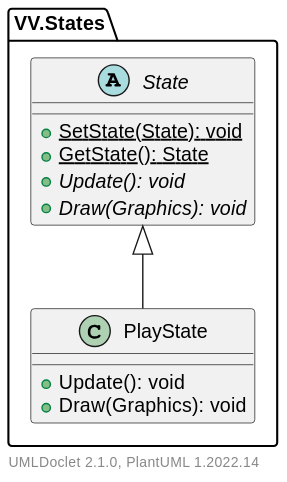
vieruuuu/valentin-vulture keeps this PlantUML diagram as docs/VV/States/package.svg. Above is the earlier version. The source it was exported from:
```plantuml
@startuml
    namespace VV.States {

        class PlayState [[PlayState.html]] {
            +Update(): void
            +Draw(Graphics): void
        }

        abstract class State [[State.html]] {
            {static} +SetState(State): void
            {static} +GetState(): State
            {abstract} +Update(): void
            {abstract} +Draw(Graphics): void
        }

        State <|-- PlayState
    }

    center footer UMLDoclet 2.1.0, PlantUML %version()
@enduml
```
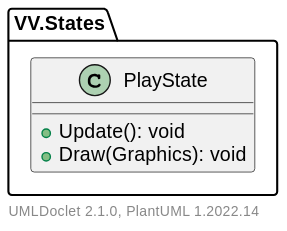
Above is the later version.

What changed in the source:
```diff
@@ -6,14 +6,6 @@
             +Draw(Graphics): void
         }
 
-        abstract class State [[State.html]] {
-            {static} +SetState(State): void
-            {static} +GetState(): State
-            {abstract} +Update(): void
-            {abstract} +Draw(Graphics): void
-        }
-
-        State <|-- PlayState
     }
 
     center footer UMLDoclet 2.1.0, PlantUML %version()
```
